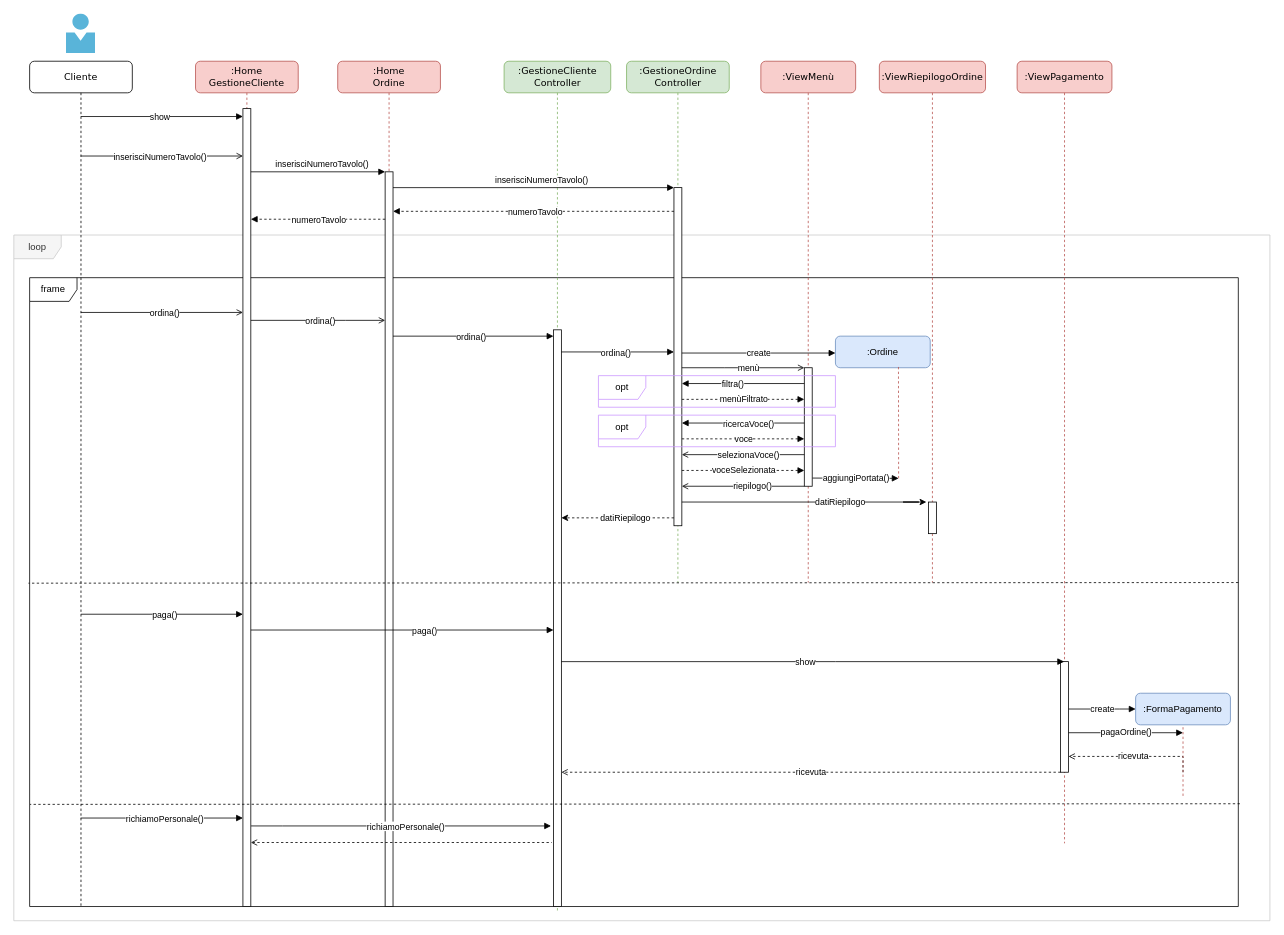
The draw.io diagram page "Cliente" (3 of 4) of sequenza.drawio in Marco-Burattoni/Progetto-ids, before the edit. Source tidied: cells renumbered, new cells numbered last; positions are measured from the earlier drawing's top-left corner, leaving out a move shared by most shapes. Both pictures are drawn from the tidied source at 79%, with x=0, y=0 at pixel (13, 13).
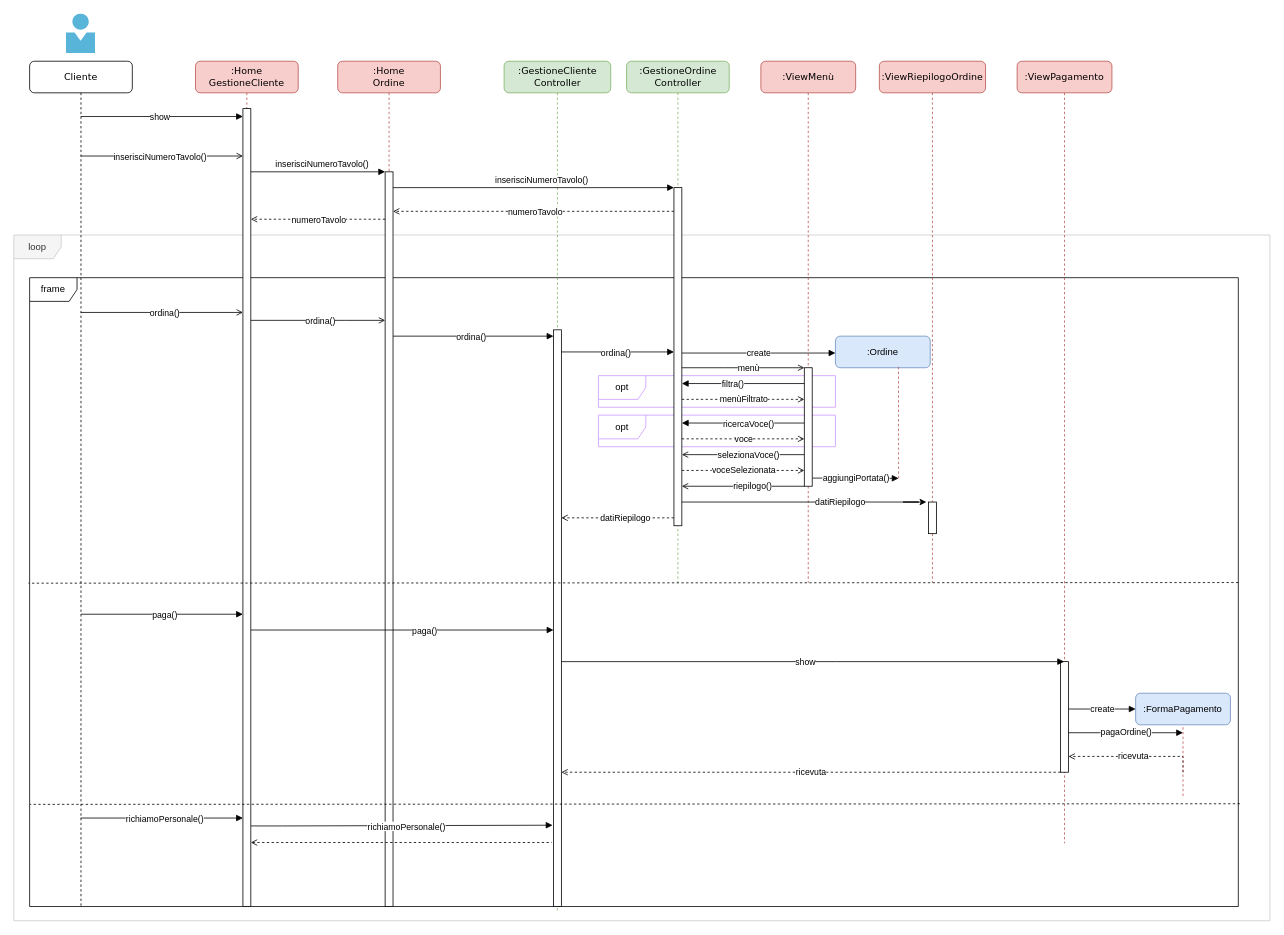
The same page after the edit.

The change refers to these unchanged cells:
```xml
<mxCell id="6" style="html=1;points=[];perimeter=orthogonalPerimeter;rounded=0;shadow=0;comic=0;labelBackgroundColor=none;strokeWidth=1;fontFamily=Verdana;fontSize=12;align=center;" parent="5" vertex="1">
  <mxGeometry x="60" y="60" width="10" height="1010" as="geometry" />
</mxCell>
<mxCell id="9" style="html=1;points=[];perimeter=orthogonalPerimeter;rounded=0;shadow=0;comic=0;labelBackgroundColor=none;strokeWidth=1;fontFamily=Verdana;fontSize=12;align=center;" parent="8" vertex="1">
  <mxGeometry x="62.5" y="340" width="10" height="730" as="geometry" />
</mxCell>
<mxCell id="11" style="html=1;points=[];perimeter=orthogonalPerimeter;rounded=0;shadow=0;comic=0;labelBackgroundColor=none;strokeWidth=1;fontFamily=Verdana;fontSize=12;align=center;" parent="10" vertex="1">
  <mxGeometry x="55" y="388" width="10" height="150" as="geometry" />
</mxCell>
<mxCell id="17" style="html=1;points=[];perimeter=orthogonalPerimeter;rounded=0;shadow=0;comic=0;labelBackgroundColor=none;strokeWidth=1;fontFamily=Verdana;fontSize=12;align=center;" parent="16" vertex="1">
  <mxGeometry x="60" y="160" width="10" height="428" as="geometry" />
</mxCell>
<mxCell id="34" style="html=1;points=[];perimeter=orthogonalPerimeter;rounded=0;shadow=0;comic=0;labelBackgroundColor=none;strokeWidth=1;fontFamily=Verdana;fontSize=12;align=center;" parent="33" vertex="1">
  <mxGeometry x="60" y="140" width="10" height="930" as="geometry" />
</mxCell>
```

What changed in the source:
```diff
@@
+    <mxCell id="59" value="opt" style="shape=umlFrame;whiteSpace=wrap;html=1;strokeColor=#CC99FF;" parent="1" vertex="1">
+      <mxGeometry x="740" y="508" width="300" height="40" as="geometry" />
+    </mxCell>
+    <mxCell id="58" value="opt" style="shape=umlFrame;whiteSpace=wrap;html=1;strokeColor=#CC99FF;" parent="1" vertex="1">
+      <mxGeometry x="740" y="458" width="300" height="40" as="geometry" />
+    </mxCell>
@@
-    <mxCell id="27" style="rounded=0;jettySize=auto;html=1;labelBackgroundColor=#FFFFFF;fontFamily=Helvetica;fontSize=11;startArrow=none;startFill=0;dashed=1;" parent="1" edge="1" source="17" target="9">
+    <mxCell id="27" style="rounded=0;jettySize=auto;html=1;labelBackgroundColor=#FFFFFF;fontFamily=Helvetica;fontSize=11;startArrow=none;startFill=0;dashed=1;endArrow=open;endFill=0;" parent="1" edge="1" source="17" target="9">
       <mxGeometry relative="1" as="geometry">
         <Array as="points">
           <mxPoint x="730" y="638" />
         </Array>
       </mxGeometry>
     </mxCell>
@@
-    <mxCell id="37" value="&lt;font style=&quot;font-size: 11px; background-color: rgb(255, 255, 255);&quot; face=&quot;Helvetica&quot;&gt;numeroTavolo&lt;/font&gt;" style="html=1;verticalAlign=bottom;endArrow=block;labelBackgroundColor=none;fontFamily=Verdana;fontSize=12;elbow=vertical;rounded=0;dashed=1;jumpStyle=arc;" parent="1" edge="1" source="17" target="34">
+    <mxCell id="37" value="&lt;font style=&quot;font-size: 11px; background-color: rgb(255, 255, 255);&quot; face=&quot;Helvetica&quot;&gt;numeroTavolo&lt;/font&gt;" style="html=1;verticalAlign=bottom;endArrow=open;labelBackgroundColor=none;fontFamily=Verdana;fontSize=12;elbow=vertical;rounded=0;dashed=1;jumpStyle=arc;endFill=0;" parent="1" edge="1" source="17" target="34">
       <mxGeometry x="-0.01" y="10" relative="1" as="geometry">
         <Array as="points">
           <mxPoint x="560" y="250" />
         </Array>
       </mxGeometry>
     </mxCell>
-    <mxCell id="38" value="&lt;font style=&quot;font-size: 11px; background-color: rgb(255, 255, 255);&quot; face=&quot;Helvetica&quot;&gt;numeroTavolo&lt;/font&gt;" style="html=1;verticalAlign=bottom;endArrow=block;labelBackgroundColor=none;fontFamily=Verdana;fontSize=12;elbow=vertical;rounded=0;dashed=1;jumpStyle=arc;" parent="1" edge="1" source="34" target="6">
+    <mxCell id="38" value="&lt;font style=&quot;font-size: 11px; background-color: rgb(255, 255, 255);&quot; face=&quot;Helvetica&quot;&gt;numeroTavolo&lt;/font&gt;" style="html=1;verticalAlign=bottom;endArrow=open;labelBackgroundColor=none;fontFamily=Verdana;fontSize=12;elbow=vertical;rounded=0;dashed=1;jumpStyle=arc;endFill=0;" parent="1" edge="1" source="34" target="6">
       <mxGeometry x="-0.01" y="10" relative="1" as="geometry">
         <Array as="points">
           <mxPoint x="420" y="260" />
         </Array>
       </mxGeometry>
     </mxCell>
@@
-    <mxCell id="43" value="menùFiltrato" style="edgeStyle=none;rounded=0;jettySize=auto;html=1;dashed=1;startArrow=none;startFill=0;endArrow=block;endFill=1;" parent="1" edge="1" source="17" target="11">
+    <mxCell id="43" value="menùFiltrato" style="edgeStyle=none;rounded=0;jettySize=auto;html=1;dashed=1;startArrow=none;startFill=0;endArrow=open;endFill=0;" parent="1" edge="1" source="17" target="11">
       <mxGeometry relative="1" as="geometry">
         <Array as="points">
           <mxPoint x="960" y="488" />
         </Array>
       </mxGeometry>
     </mxCell>
@@
-    <mxCell id="46" value="voce" style="edgeStyle=none;rounded=0;jettySize=auto;html=1;dashed=1;startArrow=none;startFill=0;endArrow=block;endFill=1;" parent="1" edge="1" source="17" target="11">
+    <mxCell id="46" value="voce" style="edgeStyle=none;rounded=0;jettySize=auto;html=1;dashed=1;startArrow=none;startFill=0;endArrow=open;endFill=0;" parent="1" edge="1" source="17" target="11">
       <mxGeometry relative="1" as="geometry">
         <Array as="points">
           <mxPoint x="940" y="538" />
         </Array>
       </mxGeometry>
     </mxCell>
@@
-    <mxCell id="49" value="voceSelezionata" style="edgeStyle=none;rounded=0;jettySize=auto;html=1;dashed=1;startArrow=none;startFill=0;endArrow=block;endFill=1;" parent="1" edge="1" source="17" target="11">
+    <mxCell id="49" value="voceSelezionata" style="edgeStyle=none;rounded=0;jettySize=auto;html=1;dashed=1;startArrow=none;startFill=0;endArrow=open;endFill=0;" parent="1" edge="1" source="17" target="11">
       <mxGeometry relative="1" as="geometry">
         <Array as="points">
           <mxPoint x="870" y="578" />
         </Array>
       </mxGeometry>
     </mxCell>
@@
-    <mxCell id="58" value="opt" style="shape=umlFrame;whiteSpace=wrap;html=1;strokeColor=#CC99FF;" parent="1" vertex="1">
-      <mxGeometry x="740" y="458" width="300" height="40" as="geometry" />
-    </mxCell>
-    <mxCell id="59" value="opt" style="shape=umlFrame;whiteSpace=wrap;html=1;strokeColor=#CC99FF;" parent="1" vertex="1">
-      <mxGeometry x="740" y="508" width="300" height="40" as="geometry" />
-    </mxCell>
@@
-    <mxCell id="65" value="&lt;font style=&quot;font-size: 11px; background-color: rgb(255, 255, 255);&quot; face=&quot;Helvetica&quot;&gt;richiamoPersonale()&lt;/font&gt;" style="html=1;verticalAlign=bottom;endArrow=block;labelBackgroundColor=none;fontFamily=Verdana;fontSize=12;elbow=vertical;rounded=0;exitX=1.033;exitY=0.899;exitDx=0;exitDy=0;exitPerimeter=0;" parent="1" edge="1" source="6">
+    <mxCell id="65" value="&lt;font style=&quot;font-size: 11px; background-color: rgb(255, 255, 255);&quot; face=&quot;Helvetica&quot;&gt;richiamoPersonale()&lt;/font&gt;" style="html=1;verticalAlign=bottom;endArrow=block;labelBackgroundColor=none;fontFamily=Verdana;fontSize=12;elbow=vertical;rounded=0;exitX=1.033;exitY=0.899;exitDx=0;exitDy=0;exitPerimeter=0;entryX=-0.117;entryY=0.859;entryDx=0;entryDy=0;entryPerimeter=0;" parent="1" edge="1" source="6" target="9">
       <mxGeometry x="0.03" y="-10" relative="1" as="geometry">
-        <mxPoint x="680" y="1028" as="targetPoint" />
         <Array as="points">
           <mxPoint x="340" y="1028" />
         </Array>
       </mxGeometry>
     </mxCell>
```
